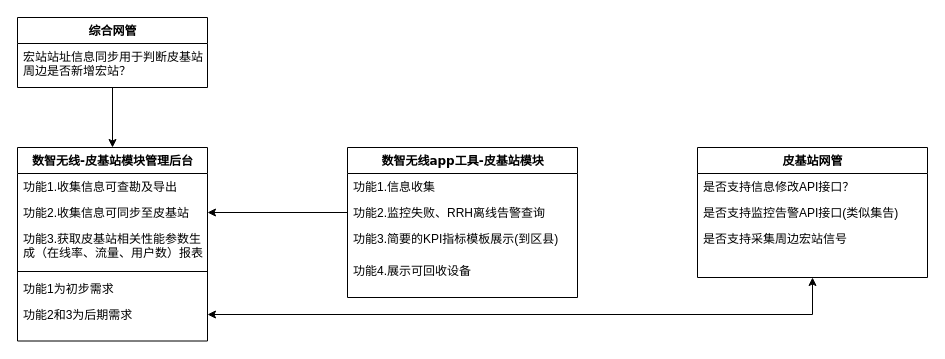
LJGxuyaohui/diagrams-fig keeps this draw.io diagram as 数值无线皮基站模块.drawio. Above is the earlier version. Source tidied: cells renumbered, new cells numbered last; positions are measured from the earlier drawing's top-left corner, leaving out a move shared by most shapes. Both pictures are drawn from the tidied source at 100%, with x=0, y=0 at pixel (17, 17).
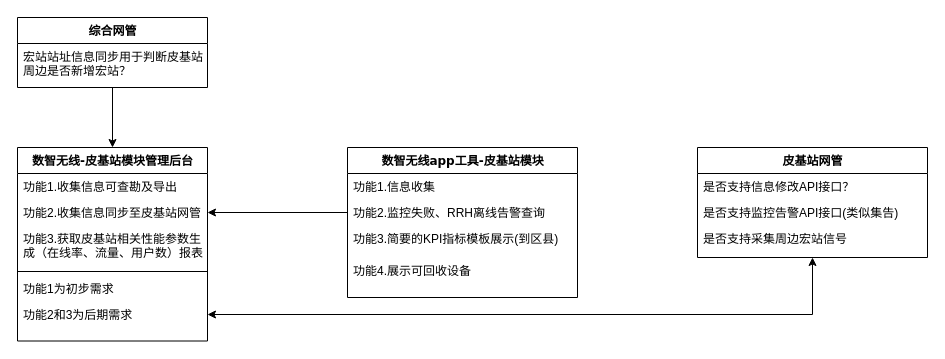
The same page after the edit.

Commit message (it also covers changes not shown here):
更新数值无线皮基站模块.drawio

The change refers to these unchanged cells:
```xml
<mxCell id="11" value="数智无线-皮基站模块管理后台" style="swimlane;html=1;fontStyle=1;align=center;verticalAlign=top;horizontal=1;startSize=26;swimlaneFillColor=#ffffff;rounded=0;shadow=0;comic=0;labelBackgroundColor=none;strokeWidth=1;fillColor=none;fontFamily=Verdana;fontSize=12;" parent="1" vertex="1">
  <mxGeometry y="130" width="190" height="193.5" as="geometry" />
</mxCell>
```

Change to the diagram source:
```diff
@@
     <mxCell id="7" value="皮基站网管" style="swimlane;html=1;fontStyle=1;align=center;verticalAlign=top;horizontal=1;startSize=26;swimlaneFillColor=#ffffff;rounded=0;shadow=0;comic=0;labelBackgroundColor=none;strokeWidth=1;fillColor=none;fontFamily=Verdana;fontSize=12;" parent="1" vertex="1">
-      <mxGeometry x="680" y="130" width="230" height="130" as="geometry" />
+      <mxGeometry x="680" y="130" width="230" height="110" as="geometry" />
     </mxCell>
@@
-    <mxCell id="13" value="功能2.收集信息可同步至皮基站" style="text;html=1;strokeColor=none;fillColor=none;align=left;verticalAlign=top;spacingLeft=4;spacingRight=4;whiteSpace=wrap;overflow=hidden;points=[[0,0.5],[1,0.5]];portConstraint=eastwest;" parent="11" vertex="1">
+    <mxCell id="13" value="功能2.收集信息同步至皮基站网管" style="text;html=1;strokeColor=none;fillColor=none;align=left;verticalAlign=top;spacingLeft=4;spacingRight=4;whiteSpace=wrap;overflow=hidden;points=[[0,0.5],[1,0.5]];portConstraint=eastwest;" parent="11" vertex="1">
       <mxGeometry y="52" width="190" height="26" as="geometry" />
     </mxCell>
```
